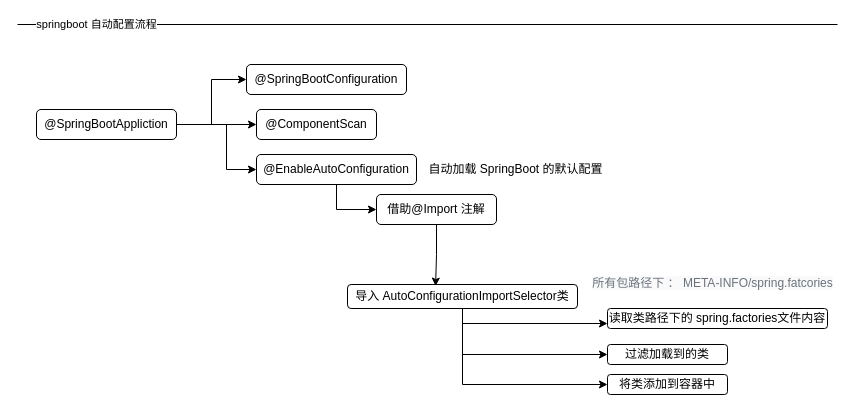
Before: SpringBoot.drawio in topyuluo/photo-project, a draw.io diagram. Source tidied: cells renumbered, new cells numbered last; positions are measured from the earlier drawing's top-left corner, leaving out a move shared by most shapes. Both pictures are drawn from the tidied source at 100%, with x=0, y=0 at pixel (17, 24).
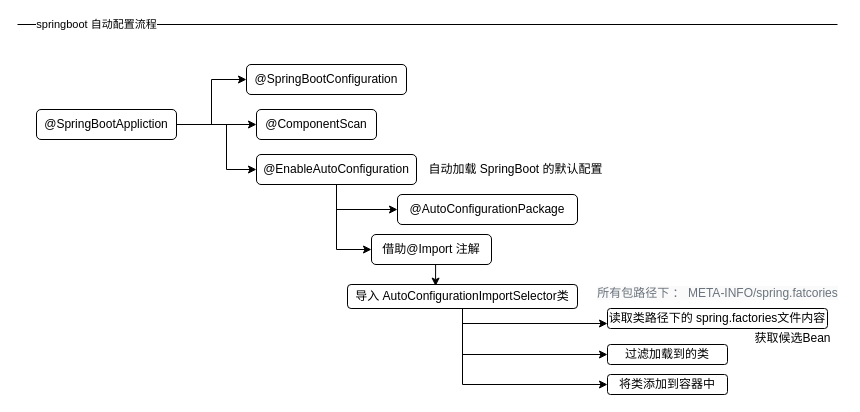
After the change.

The change refers to these unchanged cells:
```xml
<mxCell id="9" value="@EnableAutoConfiguration" style="rounded=1;whiteSpace=wrap;html=1;" parent="1" vertex="1">
  <mxGeometry x="239" y="130" width="160" height="30" as="geometry" />
</mxCell>
```

What changed in the source:
```diff
@@
+    <mxCell id="23" style="edgeStyle=orthogonalEdgeStyle;rounded=0;jettySize=auto;html=1;exitX=0.5;exitY=1;exitDx=0;exitDy=0;entryX=0;entryY=0.5;entryDx=0;entryDy=0;" parent="1" edge="1" source="9" target="24">
+      <mxGeometry relative="1" as="geometry" />
+    </mxCell>
@@
     <mxCell id="12" value="借助@Import 注解" style="rounded=1;whiteSpace=wrap;html=1;" parent="1" vertex="1">
-      <mxGeometry x="359" y="170" width="120" height="30" as="geometry" />
+      <mxGeometry x="354" y="210" width="120" height="30" as="geometry" />
     </mxCell>
@@
     <mxCell id="20" value="&lt;span style=&quot;color: rgb(106 , 115 , 125) ; background-color: rgb(250 , 250 , 250)&quot;&gt;&lt;font style=&quot;font-size: 12px&quot;&gt;所有包路径下 ： META-INFO/spring.fatcories&lt;/font&gt;&lt;/span&gt;" style="text;html=1;align=center;verticalAlign=middle;strokeColor=none;" parent="1" vertex="1">
-      <mxGeometry x="570" y="250" width="250" height="18" as="geometry" />
+      <mxGeometry x="575" y="260" width="250" height="18" as="geometry" />
     </mxCell>
@@
+    <mxCell id="24" value="@AutoConfigurationPackage" style="rounded=1;whiteSpace=wrap;html=1;" parent="1" vertex="1">
+      <mxGeometry x="380" y="170" width="180" height="30" as="geometry" />
+    </mxCell>
+    <mxCell id="25" value="获取候选Bean" style="text;html=1;align=center;verticalAlign=middle;strokeColor=none;" parent="1" vertex="1">
+      <mxGeometry x="730" y="304" width="90" height="20" as="geometry" />
+    </mxCell>
```
